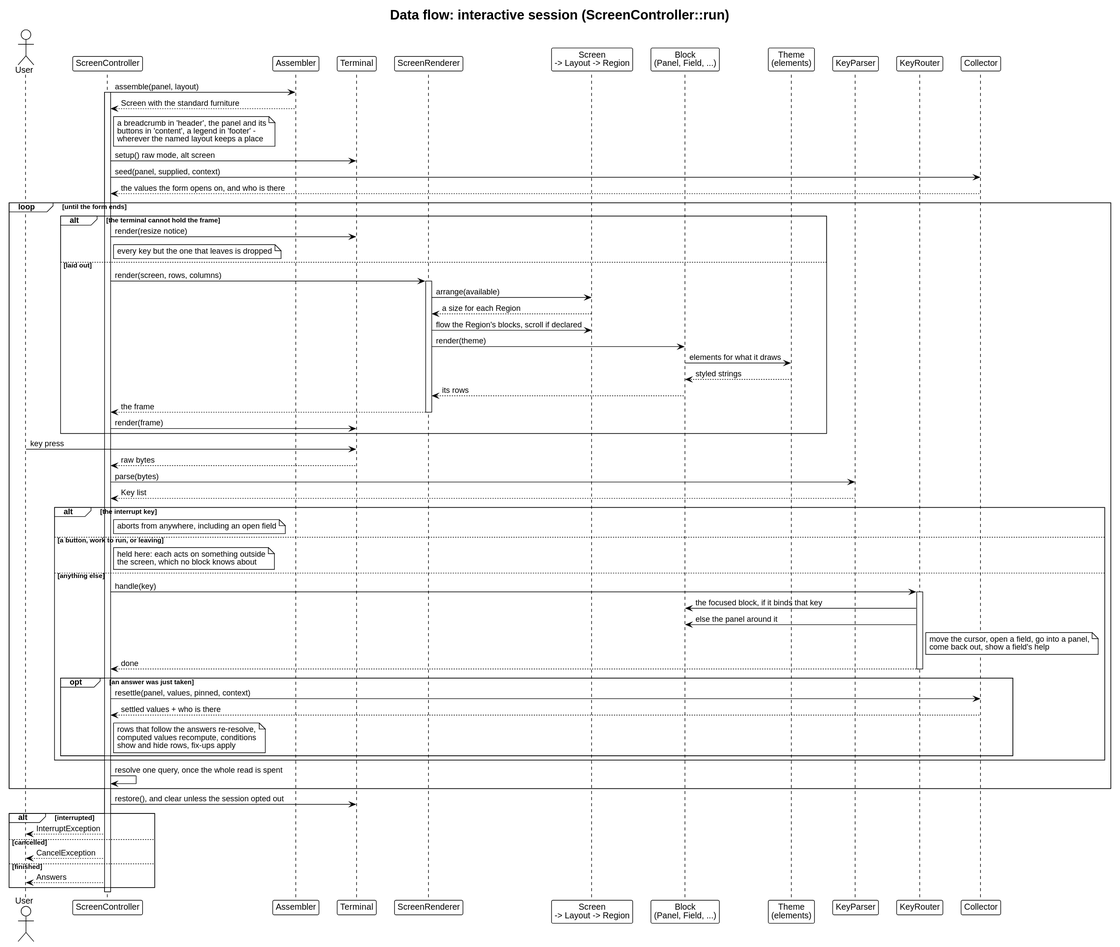
The PlantUML diagram docs/architecture/dataflow-tui.svg in drevops/phptui, before a commit.
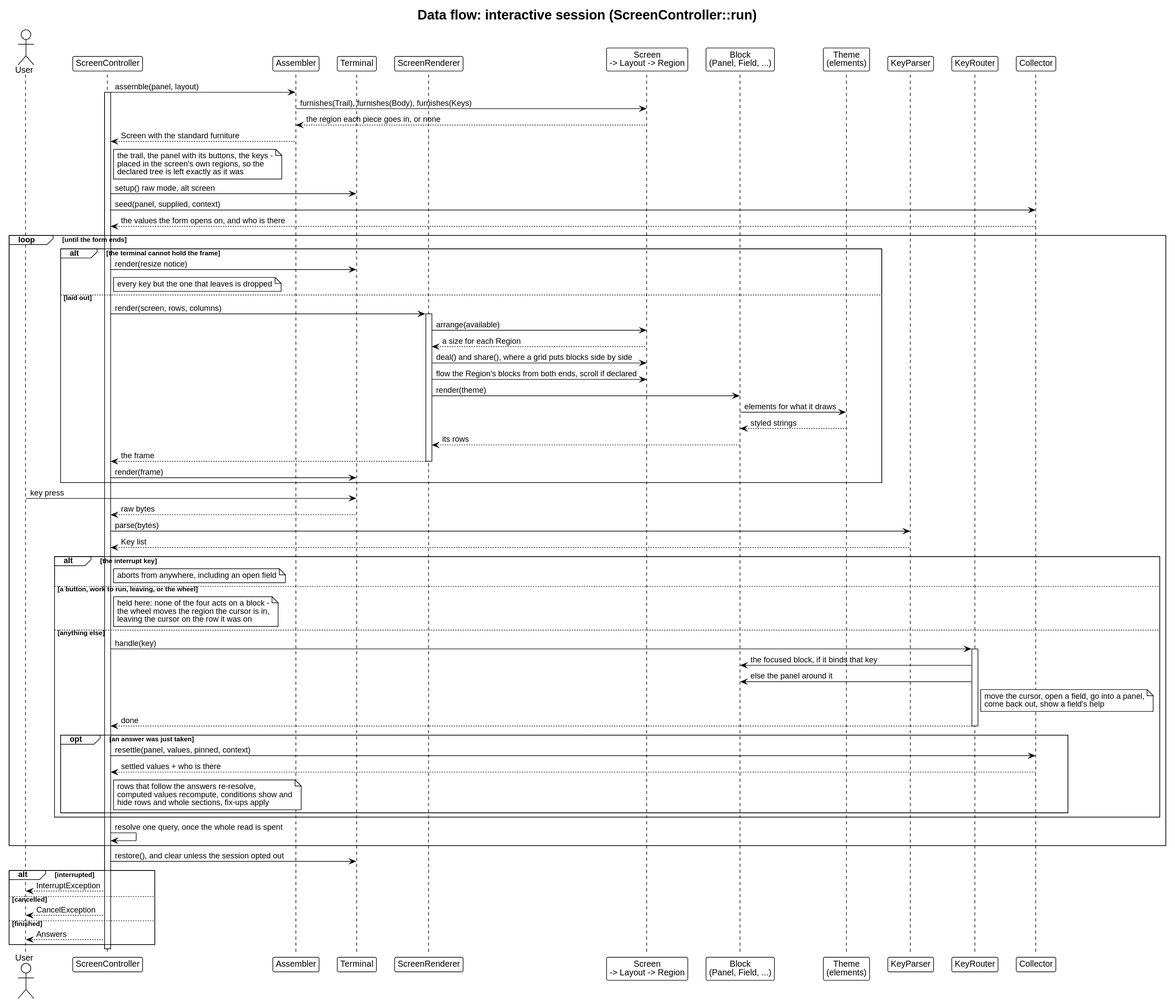
The same diagram one commit later.

The edit, as a diff of the source:
```diff
@@ -19,8 +19,10 @@
 
 SC -> Asm: assemble(panel, layout)
 activate SC
+Asm -> Screen: furnishes(Trail), furnishes(Body), furnishes(Keys)
+Screen --> Asm: the region each piece goes in, or none
 Asm --> SC: Screen with the standard furniture
-note right of SC: a breadcrumb in 'header', the panel and its\nbuttons in 'content', a legend in 'footer' -\nwherever the named layout keeps a place
+note right of SC: the trail, the panel with its buttons, the keys -\nplaced in the screen's own regions, so the\ndeclared tree is left exactly as it was
 
 SC -> Term: setup() raw mode, alt screen
 SC -> Col: seed(panel, supplied, context)
@@ -35,7 +37,8 @@
     activate SR
     SR -> Screen: arrange(available)
     Screen --> SR: a size for each Region
-    SR -> Screen: flow the Region's blocks, scroll if declared
+    SR -> Screen: deal() and share(), where a grid puts blocks side by side
+    SR -> Screen: flow the Region's blocks from both ends, scroll if declared
     SR -> Block: render(theme)
     Block -> Theme: elements for what it draws
     Theme --> Block: styled strings
@@ -52,8 +55,8 @@
 
   alt the interrupt key
     note right of SC: aborts from anywhere, including an open field
-  else a button, work to run, or leaving
-    note right of SC: held here: each acts on something outside\nthe screen, which no block knows about
+  else a button, work to run, leaving, or the wheel
+    note right of SC: held here: none of the four acts on a block -\nthe wheel moves the region the cursor is in,\nleaving the cursor on the row it was on
   else anything else
     SC -> KR: handle(key)
     activate KR
@@ -66,7 +69,7 @@
     opt an answer was just taken
       SC -> Col: resettle(panel, values, pinned, context)
       Col --> SC: settled values + who is there
-      note right of SC: rows that follow the answers re-resolve,\ncomputed values recompute, conditions\nshow and hide rows, fix-ups apply
+      note right of SC: rows that follow the answers re-resolve,\ncomputed values recompute, conditions show and\nhide rows and whole sections, fix-ups apply
     end
   end
 
```
